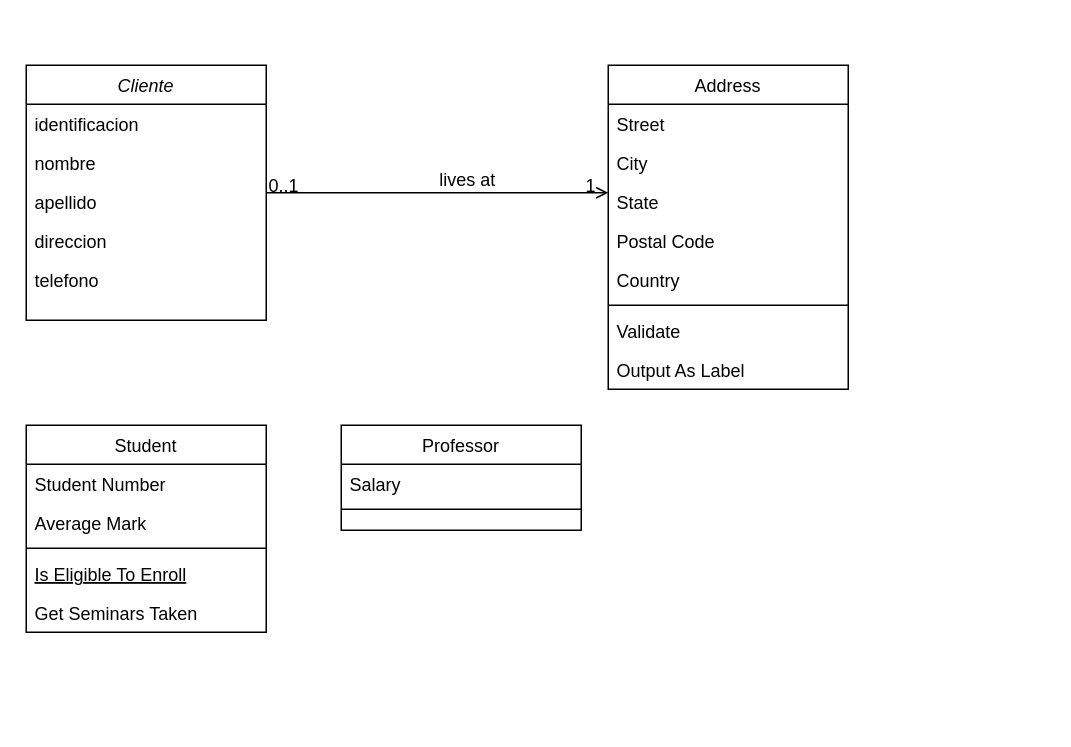
Above: Untitled Diagram.drawio in qore23/MascotaFeliz (draw.io), before the change. Source tidied: cells renumbered, new cells numbered last; positions are measured from the earlier drawing's top-left corner, leaving out a move shared by most shapes. Both pictures are drawn from the tidied source at 150%, with x=0, y=0 at pixel (26, 64).
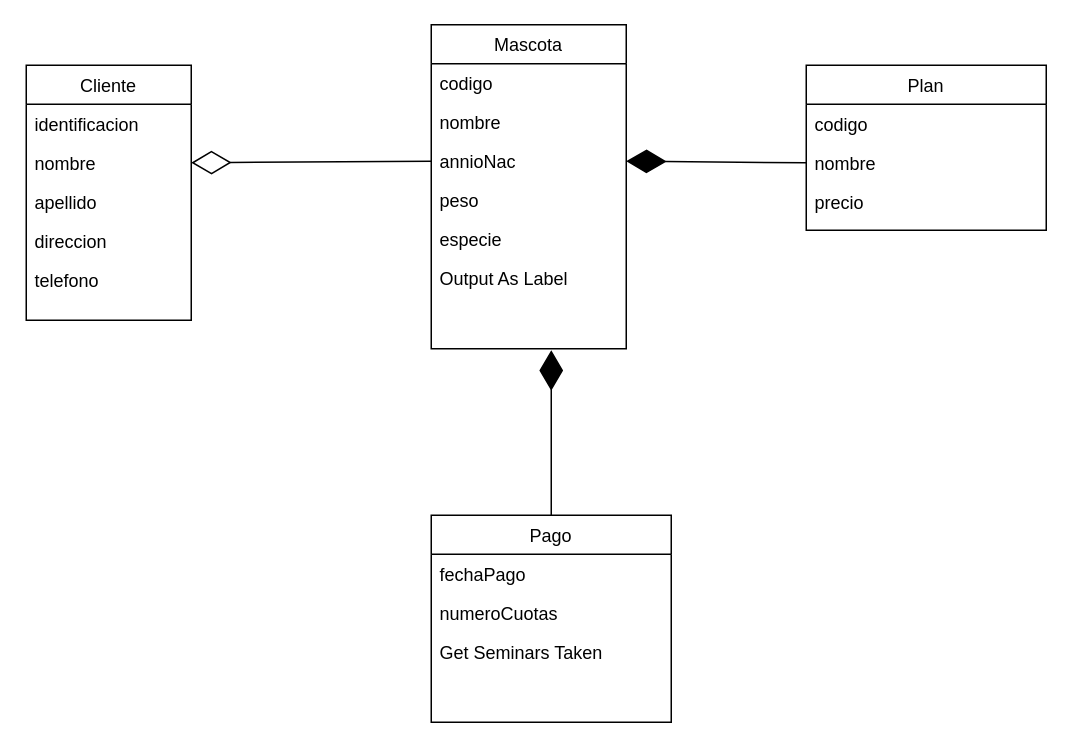
After the change.

Commit message:
Diagrama de clases

Diff of the diagram source:
```diff
@@
-    <mxCell id="2" value="Cliente" style="swimlane;fontStyle=2;align=center;verticalAlign=top;horizontal=1;startSize=26;rounded=0;shadow=0;strokeWidth=1;" parent="1" vertex="1">
-      <mxGeometry width="160" height="170" as="geometry" />
+    <mxCell id="2" value="Cliente" style="swimlane;fontStyle=0;align=center;verticalAlign=top;horizontal=1;startSize=26;rounded=0;shadow=0;strokeWidth=1;" parent="1" vertex="1">
+      <mxGeometry width="110" height="170" as="geometry" />
     </mxCell>
     <mxCell id="3" value="identificacion" style="text;align=left;verticalAlign=top;spacingLeft=4;spacingRight=4;overflow=hidden;" parent="2" vertex="1">
-      <mxGeometry y="26" width="160" height="26" as="geometry" />
+      <mxGeometry y="26" width="110" height="26" as="geometry" />
     </mxCell>
     <mxCell id="4" value="nombre" style="text;align=left;verticalAlign=top;spacingLeft=4;spacingRight=4;overflow=hidden;points=[[0,0.5],[1,0.5]];portConstraint=eastwest;rounded=0;shadow=0;html=0;" parent="2" vertex="1">
-      <mxGeometry y="52" width="160" height="26" as="geometry" />
+      <mxGeometry y="52" width="110" height="26" as="geometry" />
     </mxCell>
     <mxCell id="5" value="apellido" style="text;align=left;verticalAlign=top;spacingLeft=4;spacingRight=4;overflow=hidden;rounded=0;shadow=0;html=0;" parent="2" vertex="1">
-      <mxGeometry y="78" width="160" height="26" as="geometry" />
+      <mxGeometry y="78" width="110" height="26" as="geometry" />
     </mxCell>
     <mxCell id="6" value="direccion" style="text;align=left;verticalAlign=top;spacingLeft=4;spacingRight=4;overflow=hidden;" parent="2" vertex="1">
-      <mxGeometry y="104" width="160" height="26" as="geometry" />
+      <mxGeometry y="104" width="110" height="26" as="geometry" />
     </mxCell>
     <mxCell id="7" value="telefono" style="text;align=left;verticalAlign=top;spacingLeft=4;spacingRight=4;overflow=hidden;" parent="2" vertex="1">
-      <mxGeometry y="130" width="160" height="26" as="geometry" />
+      <mxGeometry y="130" width="110" height="26" as="geometry" />
     </mxCell>
-    <mxCell id="8" value="Student" style="swimlane;fontStyle=0;align=center;verticalAlign=top;horizontal=1;startSize=26;rounded=0;shadow=0;strokeWidth=1;" parent="1" vertex="1">
-      <mxGeometry y="240" width="160" height="138" as="geometry" />
+    <mxCell id="8" value="Pago" style="swimlane;fontStyle=0;align=center;verticalAlign=top;horizontal=1;startSize=26;rounded=0;shadow=0;strokeWidth=1;" parent="1" vertex="1">
+      <mxGeometry x="270" y="300" width="160" height="138" as="geometry" />
     </mxCell>
-    <mxCell id="9" value="Student Number" style="text;align=left;verticalAlign=top;spacingLeft=4;spacingRight=4;overflow=hidden;" parent="8" vertex="1">
+    <mxCell id="9" value="fechaPago" style="text;align=left;verticalAlign=top;spacingLeft=4;spacingRight=4;overflow=hidden;" parent="8" vertex="1">
       <mxGeometry y="26" width="160" height="26" as="geometry" />
     </mxCell>
-    <mxCell id="10" value="Average Mark" style="text;align=left;verticalAlign=top;spacingLeft=4;spacingRight=4;overflow=hidden;rounded=0;shadow=0;html=0;" parent="8" vertex="1">
+    <mxCell id="10" value="numeroCuotas" style="text;align=left;verticalAlign=top;spacingLeft=4;spacingRight=4;overflow=hidden;rounded=0;shadow=0;html=0;" parent="8" vertex="1">
       <mxGeometry y="52" width="160" height="26" as="geometry" />
     </mxCell>
-    <mxCell id="11" style="line;html=1;strokeWidth=1;align=left;verticalAlign=middle;spacingTop=-1;spacingLeft=3;spacingRight=3;labelPosition=right;" parent="8" vertex="1">
-      <mxGeometry y="78" width="160" height="8" as="geometry" />
-    </mxCell>
-    <mxCell id="12" value="Is Eligible To Enroll" style="text;align=left;verticalAlign=top;spacingLeft=4;spacingRight=4;overflow=hidden;fontStyle=4;" parent="8" vertex="1">
-      <mxGeometry y="86" width="160" height="26" as="geometry" />
-    </mxCell>
     <mxCell id="13" value="Get Seminars Taken" style="text;align=left;verticalAlign=top;spacingLeft=4;spacingRight=4;overflow=hidden;" parent="8" vertex="1">
-      <mxGeometry y="112" width="160" height="26" as="geometry" />
+      <mxGeometry y="78" width="160" height="26" as="geometry" />
     </mxCell>
-    <mxCell id="14" value="Professor" style="swimlane;fontStyle=0;align=center;verticalAlign=top;horizontal=1;startSize=26;rounded=0;shadow=0;strokeWidth=1;" parent="1" vertex="1">
-      <mxGeometry x="210" y="240" width="160" height="70" as="geometry" />
+    <mxCell id="14" value="Plan" style="swimlane;fontStyle=0;align=center;verticalAlign=top;horizontal=1;startSize=26;rounded=0;shadow=0;strokeWidth=1;" parent="1" vertex="1">
+      <mxGeometry x="520" width="160" height="110" as="geometry" />
     </mxCell>
-    <mxCell id="15" value="Salary" style="text;align=left;verticalAlign=top;spacingLeft=4;spacingRight=4;overflow=hidden;" parent="14" vertex="1">
+    <mxCell id="15" value="codigo" style="text;align=left;verticalAlign=top;spacingLeft=4;spacingRight=4;overflow=hidden;" parent="14" vertex="1">
       <mxGeometry y="26" width="160" height="26" as="geometry" />
     </mxCell>
-    <mxCell id="16" style="line;html=1;strokeWidth=1;align=left;verticalAlign=middle;spacingTop=-1;spacingLeft=3;spacingRight=3;labelPosition=right;" parent="14" vertex="1">
-      <mxGeometry y="52" width="160" height="8" as="geometry" />
-    </mxCell>
+    <mxCell id="30" value="nombre" style="text;align=left;verticalAlign=top;spacingLeft=4;spacingRight=4;overflow=hidden;points=[[0,0.5],[1,0.5]];portConstraint=eastwest;" parent="14" vertex="1">
+      <mxGeometry y="52" width="160" height="26" as="geometry" />
+    </mxCell>
+    <mxCell id="31" value="precio" style="text;align=left;verticalAlign=top;spacingLeft=4;spacingRight=4;overflow=hidden;" parent="14" vertex="1">
+      <mxGeometry y="78" width="160" height="26" as="geometry" />
+    </mxCell>
-    <mxCell id="17" value="Address" style="swimlane;fontStyle=0;align=center;verticalAlign=top;horizontal=1;startSize=26;rounded=0;shadow=0;strokeWidth=1;" parent="1" vertex="1">
-      <mxGeometry x="388" width="160" height="216" as="geometry" />
+    <mxCell id="17" value="Mascota" style="swimlane;fontStyle=0;align=center;verticalAlign=top;horizontal=1;startSize=26;rounded=0;shadow=0;strokeWidth=1;" parent="1" vertex="1">
+      <mxGeometry x="270" y="-27" width="130" height="216" as="geometry" />
     </mxCell>
-    <mxCell id="18" value="Street" style="text;align=left;verticalAlign=top;spacingLeft=4;spacingRight=4;overflow=hidden;" parent="17" vertex="1">
-      <mxGeometry y="26" width="160" height="26" as="geometry" />
+    <mxCell id="18" value="codigo    " style="text;align=left;verticalAlign=top;spacingLeft=4;spacingRight=4;overflow=hidden;" parent="17" vertex="1">
+      <mxGeometry y="26" width="130" height="26" as="geometry" />
     </mxCell>
-    <mxCell id="19" value="City" style="text;align=left;verticalAlign=top;spacingLeft=4;spacingRight=4;overflow=hidden;rounded=0;shadow=0;html=0;" parent="17" vertex="1">
-      <mxGeometry y="52" width="160" height="26" as="geometry" />
+    <mxCell id="19" value="nombre" style="text;align=left;verticalAlign=top;spacingLeft=4;spacingRight=4;overflow=hidden;rounded=0;shadow=0;html=0;" parent="17" vertex="1">
+      <mxGeometry y="52" width="130" height="26" as="geometry" />
     </mxCell>
-    <mxCell id="20" value="State" style="text;align=left;verticalAlign=top;spacingLeft=4;spacingRight=4;overflow=hidden;points=[[0,0.5],[1,0.5]];portConstraint=eastwest;rounded=0;shadow=0;html=0;" parent="17" vertex="1">
-      <mxGeometry y="78" width="160" height="26" as="geometry" />
+    <mxCell id="20" value="annioNac" style="text;align=left;verticalAlign=top;spacingLeft=4;spacingRight=4;overflow=hidden;points=[[0,0.5],[1,0.5]];portConstraint=eastwest;rounded=0;shadow=0;html=0;" parent="17" vertex="1">
+      <mxGeometry y="78" width="130" height="26" as="geometry" />
     </mxCell>
-    <mxCell id="21" value="Postal Code" style="text;align=left;verticalAlign=top;spacingLeft=4;spacingRight=4;overflow=hidden;rounded=0;shadow=0;html=0;" parent="17" vertex="1">
-      <mxGeometry y="104" width="160" height="26" as="geometry" />
+    <mxCell id="21" value="peso" style="text;align=left;verticalAlign=top;spacingLeft=4;spacingRight=4;overflow=hidden;rounded=0;shadow=0;html=0;" parent="17" vertex="1">
+      <mxGeometry y="104" width="130" height="26" as="geometry" />
     </mxCell>
-    <mxCell id="22" value="Country" style="text;align=left;verticalAlign=top;spacingLeft=4;spacingRight=4;overflow=hidden;rounded=0;shadow=0;html=0;" parent="17" vertex="1">
-      <mxGeometry y="130" width="160" height="26" as="geometry" />
+    <mxCell id="22" value="especie" style="text;align=left;verticalAlign=top;spacingLeft=4;spacingRight=4;overflow=hidden;rounded=0;shadow=0;html=0;" parent="17" vertex="1">
+      <mxGeometry y="130" width="130" height="26" as="geometry" />
     </mxCell>
-    <mxCell id="23" style="line;html=1;strokeWidth=1;align=left;verticalAlign=middle;spacingTop=-1;spacingLeft=3;spacingRight=3;labelPosition=right;" parent="17" vertex="1">
-      <mxGeometry y="156" width="160" height="8" as="geometry" />
-    </mxCell>
-    <mxCell id="24" value="Validate" style="text;align=left;verticalAlign=top;spacingLeft=4;spacingRight=4;overflow=hidden;" parent="17" vertex="1">
-      <mxGeometry y="164" width="160" height="26" as="geometry" />
-    </mxCell>
     <mxCell id="25" value="Output As Label" style="text;align=left;verticalAlign=top;spacingLeft=4;spacingRight=4;overflow=hidden;" parent="17" vertex="1">
-      <mxGeometry y="190" width="160" height="26" as="geometry" />
+      <mxGeometry y="156" width="130" height="26" as="geometry" />
     </mxCell>
-    <mxCell id="26" style="endArrow=open;shadow=0;strokeWidth=1;rounded=0;endFill=1;edgeStyle=elbowEdgeStyle;elbow=vertical;" parent="1" edge="1" source="2" target="17">
-      <mxGeometry x="0.5" y="41" relative="1" as="geometry">
-        <mxPoint x="-40" y="32" as="offset" />
-      </mxGeometry>
-    </mxCell>
-    <mxCell id="27" value="0..1" style="align=left;verticalAlign=bottom;labelBackgroundColor=none;fontSize=12;" parent="26" vertex="1">
-      <mxGeometry x="-1" relative="1" as="geometry">
-        <mxPoint y="4" as="offset" />
-      </mxGeometry>
-    </mxCell>
-    <mxCell id="28" value="1" style="align=right;verticalAlign=bottom;labelBackgroundColor=none;fontSize=12;" parent="26" vertex="1">
-      <mxGeometry x="1" relative="1" as="geometry">
-        <mxPoint x="-7" y="4" as="offset" />
-      </mxGeometry>
-    </mxCell>
-    <mxCell id="29" value="lives at" style="text;html=1;align=center;verticalAlign=middle;labelBackgroundColor=none;rounded=0;shadow=0;strokeWidth=1;fontSize=12;" parent="26" vertex="1">
-      <mxGeometry x="0.5" y="49" relative="1" as="geometry">
-        <mxPoint x="-38" y="40" as="offset" />
-      </mxGeometry>
-    </mxCell>
+    <mxCell id="32" style="endArrow=diamondThin;endFill=0;endSize=24;html=1;rounded=0;sourcePerimeterSpacing=8;targetPerimeterSpacing=8;curved=1;entryX=1;entryY=0.5;entryDx=0;entryDy=0;exitX=0;exitY=0.5;exitDx=0;exitDy=0;" parent="1" edge="1" source="20" target="4">
+      <mxGeometry relative="1" as="geometry" />
+    </mxCell>
+    <mxCell id="33" style="endArrow=diamondThin;endFill=1;endSize=24;html=1;rounded=0;sourcePerimeterSpacing=8;targetPerimeterSpacing=8;curved=1;exitX=0.5;exitY=0;exitDx=0;exitDy=0;" parent="1" edge="1" source="8">
+      <mxGeometry relative="1" as="geometry">
+        <mxPoint x="350" y="190" as="targetPoint" />
+      </mxGeometry>
+    </mxCell>
+    <mxCell id="34" style="endArrow=diamondThin;endFill=1;endSize=24;html=1;rounded=0;sourcePerimeterSpacing=8;targetPerimeterSpacing=8;curved=1;entryX=1;entryY=0.5;entryDx=0;entryDy=0;exitX=0;exitY=0.5;exitDx=0;exitDy=0;" parent="1" edge="1" source="30" target="20">
+      <mxGeometry relative="1" as="geometry" />
+    </mxCell>
```
